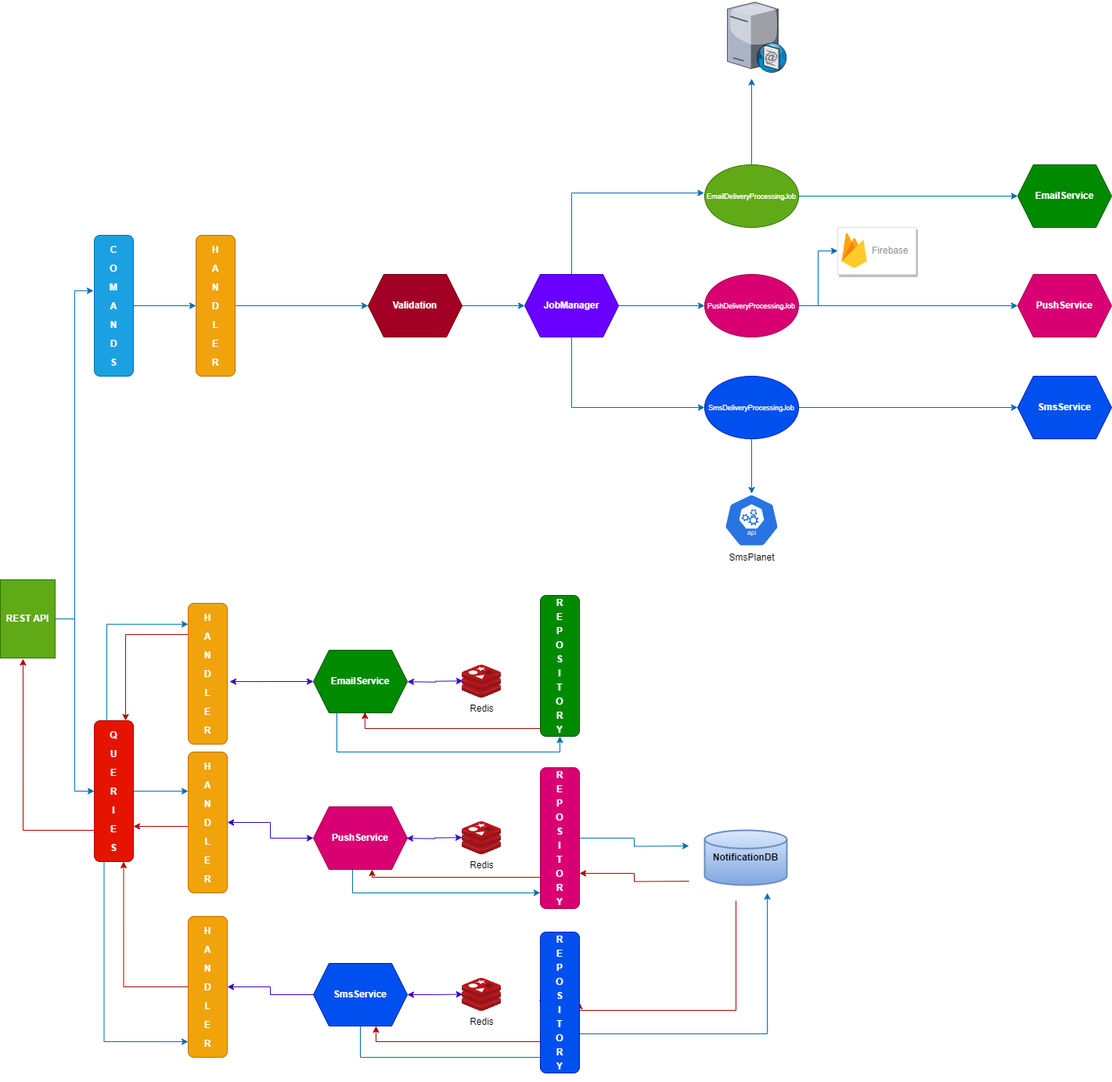
Earlier version of the draw.io export ArchitectureDiagram.drawio.png (solowiejmaciej/EmailService). Source tidied: cells renumbered, new cells last; positions are measured from the earlier drawing's top-left corner, leaving out a move shared by most shapes.
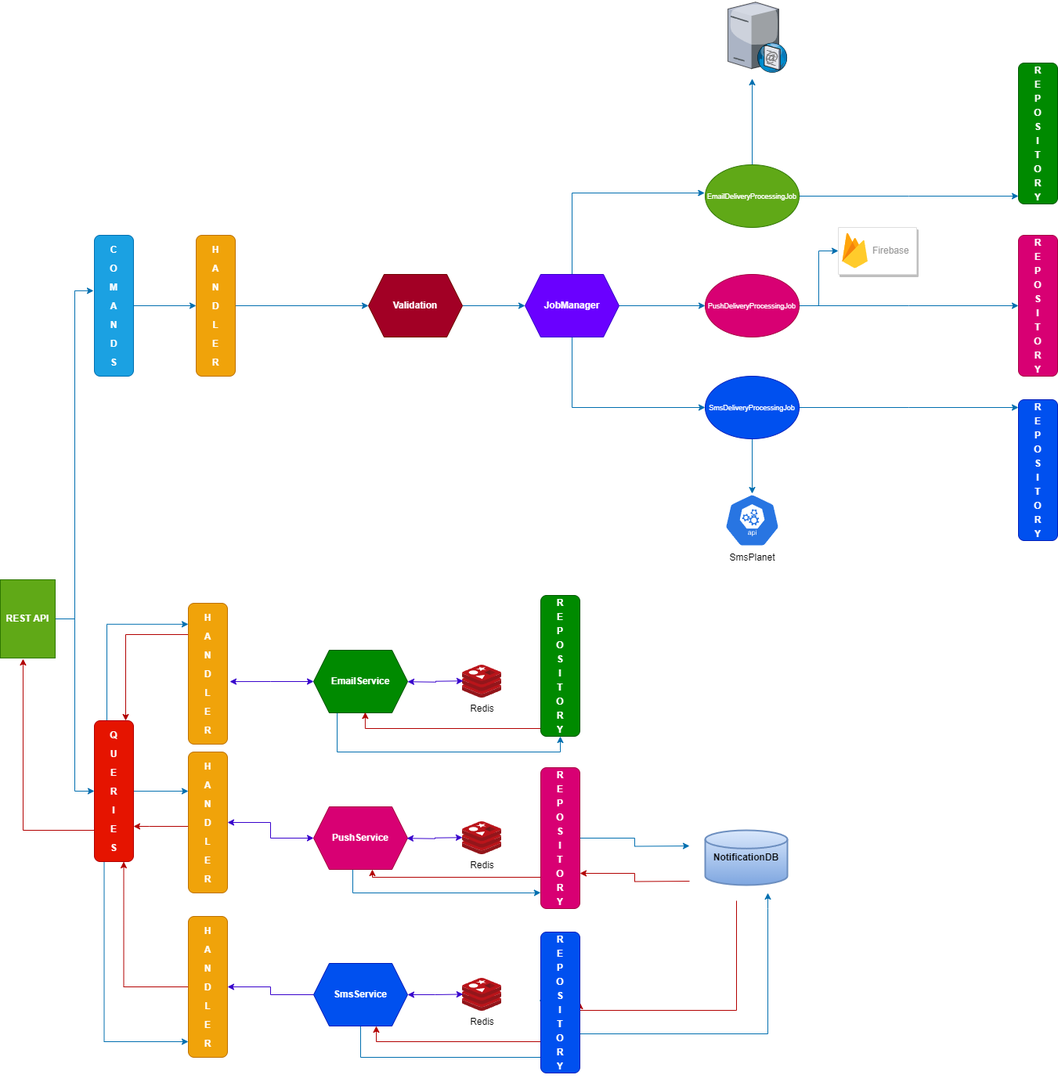
Above is the later version.

The edit, as a diff of the source:
```diff
@@ -235,8 +235,10 @@
         <mxPoint x="960" y="100" as="targetPoint" />
       </mxGeometry>
     </mxCell>
-    <mxCell id="54" style="edgeStyle=orthogonalEdgeStyle;rounded=0;jettySize=auto;html=1;fillColor=#1ba1e2;strokeColor=#006EAF;entryX=0;entryY=0.5;entryDx=0;entryDy=0;" parent="1" edge="1" source="55" target="65">
-      <mxGeometry relative="1" as="geometry" />
+    <mxCell id="54" style="edgeStyle=orthogonalEdgeStyle;rounded=0;jettySize=auto;html=1;fillColor=#1ba1e2;strokeColor=#006EAF;entryX=0;entryY=0.5;entryDx=0;entryDy=0;" parent="1" edge="1" source="55">
+      <mxGeometry relative="1" as="geometry">
+        <mxPoint x="1300" y="250" as="targetPoint" />
+      </mxGeometry>
     </mxCell>
     <mxCell id="55" value="&lt;p style=&quot;line-height: 190%;&quot;&gt;&lt;font style=&quot;font-size: 9px;&quot;&gt;EmailDeliveryProcessingJob&lt;/font&gt;&lt;/p&gt;" style="ellipse;whiteSpace=wrap;html=1;fillColor=#60a917;fontColor=#ffffff;strokeColor=#2D7600;" parent="1" vertex="1">
       <mxGeometry x="900" y="210" width="120" height="80" as="geometry" />
@@ -244,8 +246,10 @@
     <mxCell id="56" style="edgeStyle=orthogonalEdgeStyle;rounded=0;jettySize=auto;html=1;entryX=0;entryY=0.5;entryDx=0;entryDy=0;fillColor=#1ba1e2;strokeColor=#006EAF;" parent="1" edge="1" source="58" target="62">
       <mxGeometry relative="1" as="geometry" />
     </mxCell>
-    <mxCell id="57" style="edgeStyle=orthogonalEdgeStyle;rounded=0;jettySize=auto;html=1;fillColor=#1ba1e2;strokeColor=#006EAF;entryX=0;entryY=0.5;entryDx=0;entryDy=0;" parent="1" edge="1" source="58" target="66">
-      <mxGeometry relative="1" as="geometry" />
+    <mxCell id="57" style="edgeStyle=orthogonalEdgeStyle;rounded=0;jettySize=auto;html=1;fillColor=#1ba1e2;strokeColor=#006EAF;entryX=0;entryY=0.5;entryDx=0;entryDy=0;" parent="1" edge="1" source="58">
+      <mxGeometry relative="1" as="geometry">
+        <mxPoint x="1300" y="390" as="targetPoint" />
+      </mxGeometry>
     </mxCell>
     <mxCell id="58" value="&lt;font style=&quot;font-size: 9px;&quot;&gt;PushDeliveryProcessingJob&lt;/font&gt;" style="ellipse;whiteSpace=wrap;html=1;fillColor=#d80073;fontColor=#ffffff;strokeColor=#A50040;" parent="1" vertex="1">
       <mxGeometry x="900" y="350" width="120" height="80" as="geometry" />
@@ -253,8 +257,10 @@
     <mxCell id="59" style="edgeStyle=orthogonalEdgeStyle;rounded=0;jettySize=auto;html=1;fillColor=#1ba1e2;strokeColor=#006EAF;" parent="1" edge="1" source="61" target="23">
       <mxGeometry relative="1" as="geometry" />
     </mxCell>
-    <mxCell id="60" style="edgeStyle=orthogonalEdgeStyle;rounded=0;jettySize=auto;html=1;entryX=0;entryY=0.5;entryDx=0;entryDy=0;fillColor=#1ba1e2;strokeColor=#006EAF;" parent="1" edge="1" source="61" target="67">
-      <mxGeometry relative="1" as="geometry" />
+    <mxCell id="60" style="edgeStyle=orthogonalEdgeStyle;rounded=0;jettySize=auto;html=1;entryX=0;entryY=0.5;entryDx=0;entryDy=0;fillColor=#1ba1e2;strokeColor=#006EAF;" parent="1" edge="1" source="61">
+      <mxGeometry relative="1" as="geometry">
+        <mxPoint x="1300" y="520" as="targetPoint" />
+      </mxGeometry>
     </mxCell>
     <mxCell id="61" value="&lt;font style=&quot;font-size: 9px;&quot;&gt;SmsDeliveryProcessingJob&lt;/font&gt;" style="ellipse;whiteSpace=wrap;html=1;fillColor=#0050ef;fontColor=#ffffff;strokeColor=#001DBC;" parent="1" vertex="1">
       <mxGeometry x="900" y="480" width="120" height="80" as="geometry" />
@@ -270,14 +276,14 @@
     <mxCell id="64" style="verticalLabelPosition=bottom;sketch=0;html=1;verticalAlign=top;strokeColor=none;align=center;shape=mxgraph.citrix.smtp_server;" parent="1" vertex="1">
       <mxGeometry x="929" width="76" height="92" as="geometry" />
     </mxCell>
-    <mxCell id="65" value="&lt;b&gt;EmailService&lt;/b&gt;" style="shape=hexagon;perimeter=hexagonPerimeter2;whiteSpace=wrap;html=1;fixedSize=1;fillColor=#008a00;fontColor=#ffffff;strokeColor=#005700;" parent="1" vertex="1">
-      <mxGeometry x="1300" y="210" width="120" height="80" as="geometry" />
-    </mxCell>
-    <mxCell id="66" value="&lt;b&gt;PushService&lt;/b&gt;" style="shape=hexagon;perimeter=hexagonPerimeter2;whiteSpace=wrap;html=1;fixedSize=1;fillColor=#d80073;fontColor=#ffffff;strokeColor=#A50040;" parent="1" vertex="1">
-      <mxGeometry x="1300" y="350" width="120" height="80" as="geometry" />
-    </mxCell>
-    <mxCell id="67" value="&lt;b&gt;SmsService&lt;/b&gt;" style="shape=hexagon;perimeter=hexagonPerimeter2;whiteSpace=wrap;html=1;fixedSize=1;fillColor=#0050ef;fontColor=#ffffff;strokeColor=#001DBC;" parent="1" vertex="1">
-      <mxGeometry x="1300" y="480" width="120" height="80" as="geometry" />
-    </mxCell>
+    <mxCell id="68" value="&lt;p style=&quot;line-height: 150%;&quot;&gt;&lt;b style=&quot;&quot;&gt;R&lt;br&gt;E&lt;br&gt;P&lt;br&gt;O&lt;br&gt;S&lt;br&gt;I&lt;br&gt;T&lt;br&gt;O&lt;br&gt;R&lt;br&gt;Y&lt;/b&gt;&lt;/p&gt;" style="rounded=1;whiteSpace=wrap;html=1;fillColor=#d80073;strokeColor=#A50040;fontColor=#ffffff;" parent="1" vertex="1">
+      <mxGeometry x="1300" y="300" width="50" height="180" as="geometry" />
+    </mxCell>
+    <mxCell id="69" value="&lt;p style=&quot;line-height: 150%;&quot;&gt;&lt;b style=&quot;&quot;&gt;R&lt;br&gt;E&lt;br&gt;P&lt;br&gt;O&lt;br&gt;S&lt;br&gt;I&lt;br&gt;T&lt;br&gt;O&lt;br&gt;R&lt;br&gt;Y&lt;/b&gt;&lt;/p&gt;" style="rounded=1;whiteSpace=wrap;html=1;fillColor=#008a00;strokeColor=#005700;fontColor=#ffffff;" parent="1" vertex="1">
+      <mxGeometry x="1300" y="80" width="50" height="180" as="geometry" />
+    </mxCell>
+    <mxCell id="70" value="&lt;p style=&quot;line-height: 150%;&quot;&gt;&lt;b style=&quot;&quot;&gt;R&lt;br&gt;E&lt;br&gt;P&lt;br&gt;O&lt;br&gt;S&lt;br&gt;I&lt;br&gt;T&lt;br&gt;O&lt;br&gt;R&lt;br&gt;Y&lt;/b&gt;&lt;/p&gt;" style="rounded=1;whiteSpace=wrap;html=1;fillColor=#0050ef;strokeColor=#001DBC;fontColor=#ffffff;" parent="1" vertex="1">
+      <mxGeometry x="1300" y="510" width="50" height="180" as="geometry" />
+    </mxCell>
   </root>
 </mxGraphModel>
```
